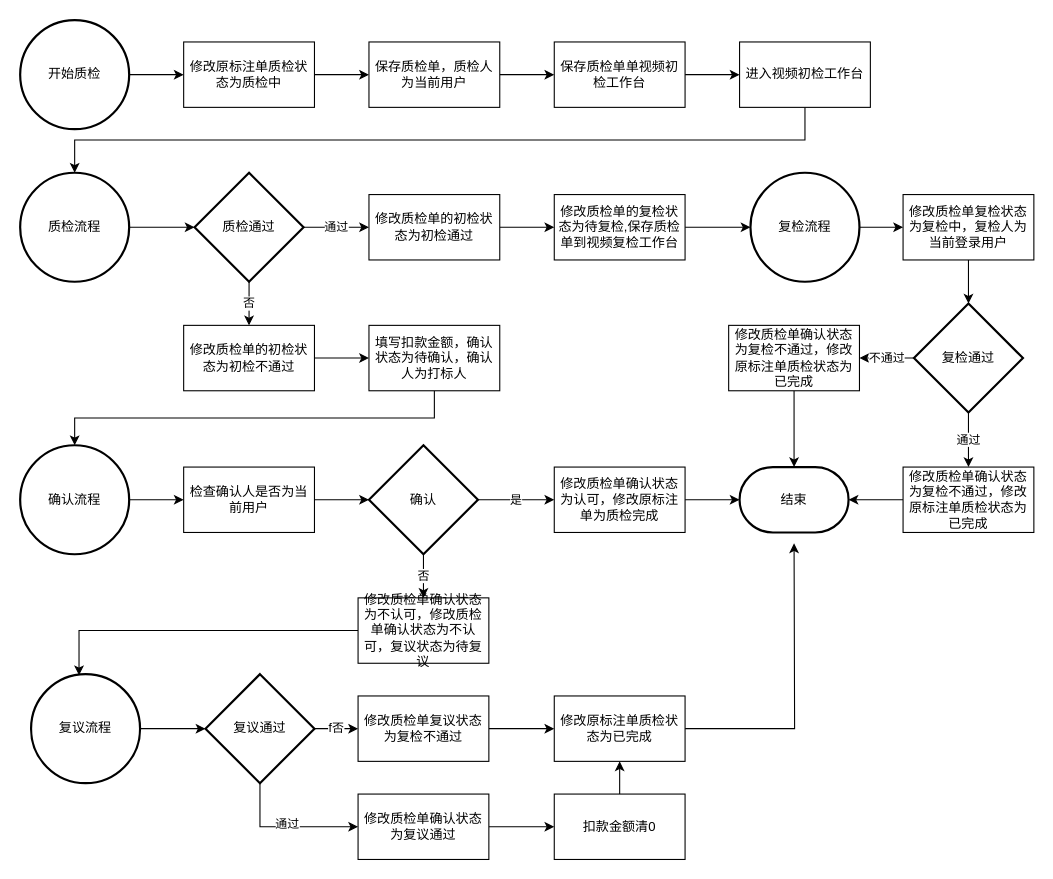
Before: 流程图.drawio in hnzhouzhoujay/start2016, a draw.io diagram. Source tidied: cells renumbered, new cells numbered last; positions are measured from the earlier drawing's top-left corner, leaving out a move shared by most shapes. Both pictures are drawn from the tidied source at 109%, with x=0, y=0 at pixel (20, 20).
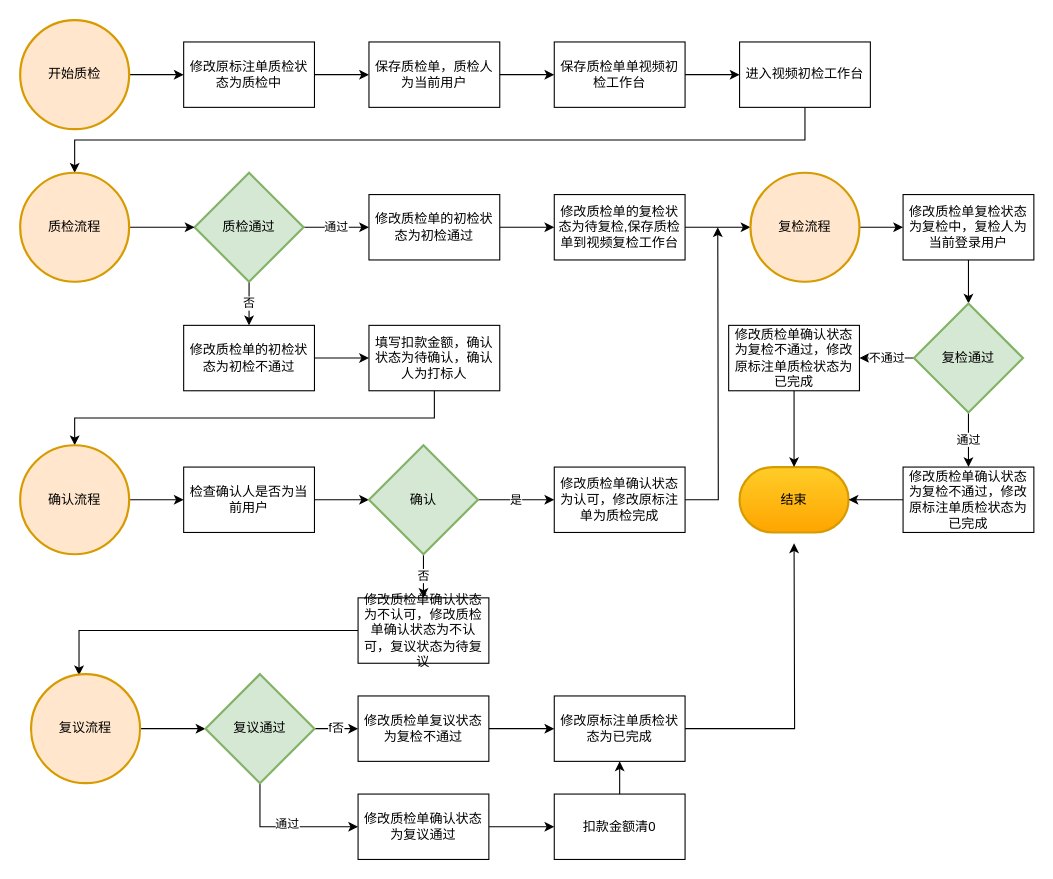
After the change.

Commit message:
更新流程图.drawio

The change refers to these unchanged cells:
```xml
<mxCell id="34" value="修改质检单确认状态为认可，修改原标注单为质检完成" style="rounded=0;whiteSpace=wrap;html=1;" parent="1" vertex="1">
  <mxGeometry x="490" y="410" width="120" height="60" as="geometry" />
</mxCell>
```

What changed in the source:
```diff
@@
-    <mxCell id="3" value="开始质检" style="strokeWidth=2;html=1;shape=mxgraph.flowchart.start_2;whiteSpace=wrap;" parent="1" vertex="1">
+    <mxCell id="3" value="开始质检" style="strokeWidth=2;html=1;shape=mxgraph.flowchart.start_2;whiteSpace=wrap;fillColor=#ffe6cc;strokeColor=#d79b00;" parent="1" vertex="1">
       <mxGeometry width="100" height="100" as="geometry" />
     </mxCell>
@@
-    <mxCell id="12" value="结束" style="strokeWidth=2;html=1;shape=mxgraph.flowchart.terminator;whiteSpace=wrap;" parent="1" vertex="1">
+    <mxCell id="12" value="结束" style="strokeWidth=2;html=1;shape=mxgraph.flowchart.terminator;whiteSpace=wrap;fillColor=#ffcd28;gradientColor=#ffa500;strokeColor=#d79b00;" parent="1" vertex="1">
       <mxGeometry x="660" y="410" width="100" height="60" as="geometry" />
     </mxCell>
@@
-    <mxCell id="15" value="质检通过" style="strokeWidth=2;html=1;shape=mxgraph.flowchart.decision;whiteSpace=wrap;" parent="1" vertex="1">
+    <mxCell id="15" value="质检通过" style="strokeWidth=2;html=1;shape=mxgraph.flowchart.decision;whiteSpace=wrap;fillColor=#d5e8d4;strokeColor=#82b366;" parent="1" vertex="1">
       <mxGeometry x="160" y="140" width="100" height="100" as="geometry" />
     </mxCell>
@@
-    <mxCell id="25" value="质检流程" style="strokeWidth=2;html=1;shape=mxgraph.flowchart.start_2;whiteSpace=wrap;" parent="1" vertex="1">
+    <mxCell id="25" value="质检流程" style="strokeWidth=2;html=1;shape=mxgraph.flowchart.start_2;whiteSpace=wrap;fillColor=#ffe6cc;strokeColor=#d79b00;" parent="1" vertex="1">
       <mxGeometry y="140" width="100" height="100" as="geometry" />
     </mxCell>
@@
-    <mxCell id="27" value="确认流程" style="strokeWidth=2;html=1;shape=mxgraph.flowchart.start_2;whiteSpace=wrap;" parent="1" vertex="1">
+    <mxCell id="27" value="确认流程" style="strokeWidth=2;html=1;shape=mxgraph.flowchart.start_2;whiteSpace=wrap;fillColor=#ffe6cc;strokeColor=#d79b00;" parent="1" vertex="1">
       <mxGeometry y="390" width="100" height="100" as="geometry" />
     </mxCell>
@@
-    <mxCell id="32" value="确认" style="strokeWidth=2;html=1;shape=mxgraph.flowchart.decision;whiteSpace=wrap;" parent="1" vertex="1">
+    <mxCell id="32" value="确认" style="strokeWidth=2;html=1;shape=mxgraph.flowchart.decision;whiteSpace=wrap;fillColor=#d5e8d4;strokeColor=#82b366;" parent="1" vertex="1">
       <mxGeometry x="320" y="390" width="100" height="100" as="geometry" />
     </mxCell>
-    <mxCell id="33" style="edgeStyle=orthogonalEdgeStyle;rounded=0;jettySize=auto;html=1;exitX=1;exitY=0.5;exitDx=0;exitDy=0;entryX=0;entryY=0.5;entryDx=0;entryDy=0;entryPerimeter=0;" parent="1" edge="1" source="34" target="12">
-      <mxGeometry relative="1" as="geometry" />
-    </mxCell>
+    <mxCell id="62" style="edgeStyle=orthogonalEdgeStyle;rounded=0;jettySize=auto;html=1;exitX=1;exitY=0.5;exitDx=0;exitDy=0;" parent="1" edge="1" source="34">
+      <mxGeometry relative="1" as="geometry">
+        <mxPoint x="640" y="190" as="targetPoint" />
+      </mxGeometry>
+    </mxCell>
@@
-    <mxCell id="38" value="复检流程" style="strokeWidth=2;html=1;shape=mxgraph.flowchart.start_2;whiteSpace=wrap;" parent="1" vertex="1">
+    <mxCell id="38" value="复检流程" style="strokeWidth=2;html=1;shape=mxgraph.flowchart.start_2;whiteSpace=wrap;fillColor=#ffe6cc;strokeColor=#d79b00;" parent="1" vertex="1">
       <mxGeometry x="670" y="140" width="100" height="100" as="geometry" />
     </mxCell>
@@
-    <mxCell id="43" value="复检通过" style="strokeWidth=2;html=1;shape=mxgraph.flowchart.decision;whiteSpace=wrap;" parent="1" vertex="1">
+    <mxCell id="43" value="复检通过" style="strokeWidth=2;html=1;shape=mxgraph.flowchart.decision;whiteSpace=wrap;fillColor=#d5e8d4;strokeColor=#82b366;" parent="1" vertex="1">
       <mxGeometry x="820" y="260" width="100" height="100" as="geometry" />
     </mxCell>
@@
-    <mxCell id="49" value="复议流程" style="strokeWidth=2;html=1;shape=mxgraph.flowchart.start_2;whiteSpace=wrap;" parent="1" vertex="1">
+    <mxCell id="49" value="复议流程" style="strokeWidth=2;html=1;shape=mxgraph.flowchart.start_2;whiteSpace=wrap;fillColor=#ffe6cc;strokeColor=#d79b00;" parent="1" vertex="1">
       <mxGeometry x="10" y="600" width="100" height="100" as="geometry" />
     </mxCell>
@@
-    <mxCell id="53" value="复议通过" style="strokeWidth=2;html=1;shape=mxgraph.flowchart.decision;whiteSpace=wrap;" parent="1" vertex="1">
+    <mxCell id="53" value="复议通过" style="strokeWidth=2;html=1;shape=mxgraph.flowchart.decision;whiteSpace=wrap;fillColor=#d5e8d4;strokeColor=#82b366;" parent="1" vertex="1">
       <mxGeometry x="170" y="600" width="100" height="100" as="geometry" />
     </mxCell>
```
